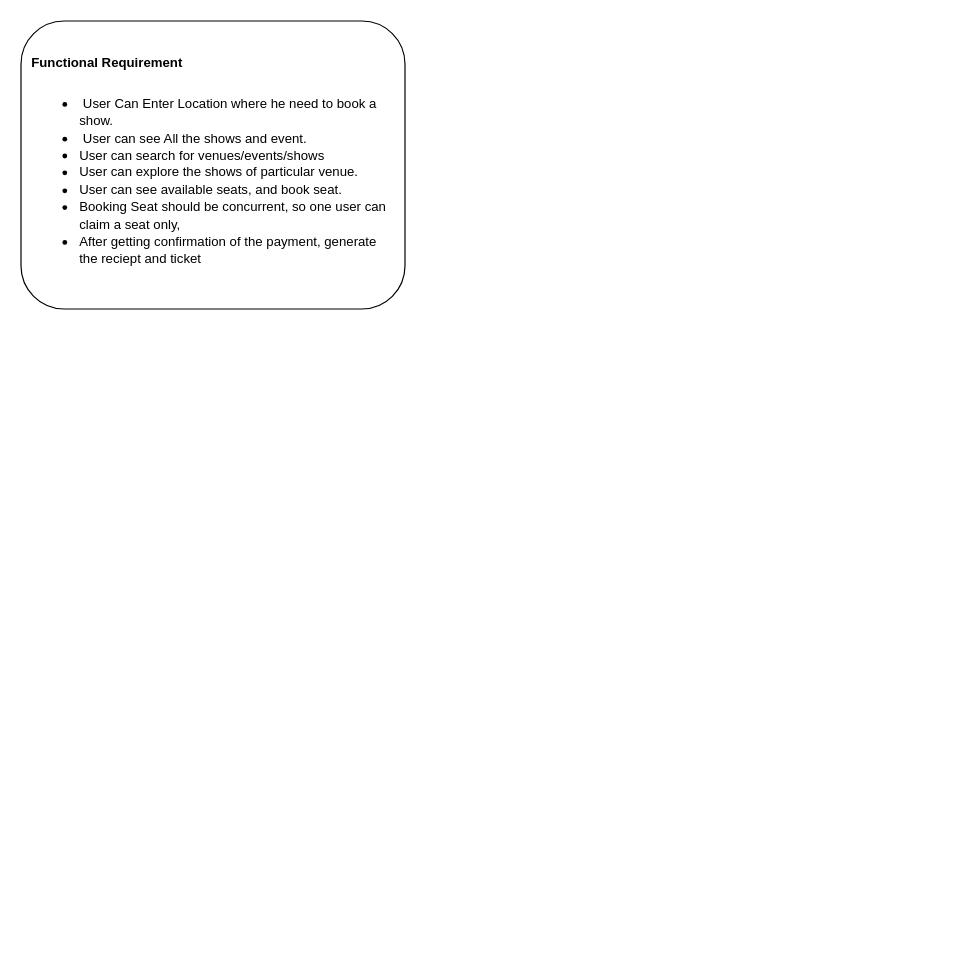
Earlier version of the draw.io diagram TicketMaster.drawio (ersujalsharma/TicketMaster_BookMyShow_District_DEMO). Source tidied: cells renumbered, new cells numbered last; positions are measured from the earlier drawing's top-left corner, leaving out a move shared by most shapes. Both pictures are drawn from the tidied source at 120%, with x=0, y=0 at pixel (20, 20).
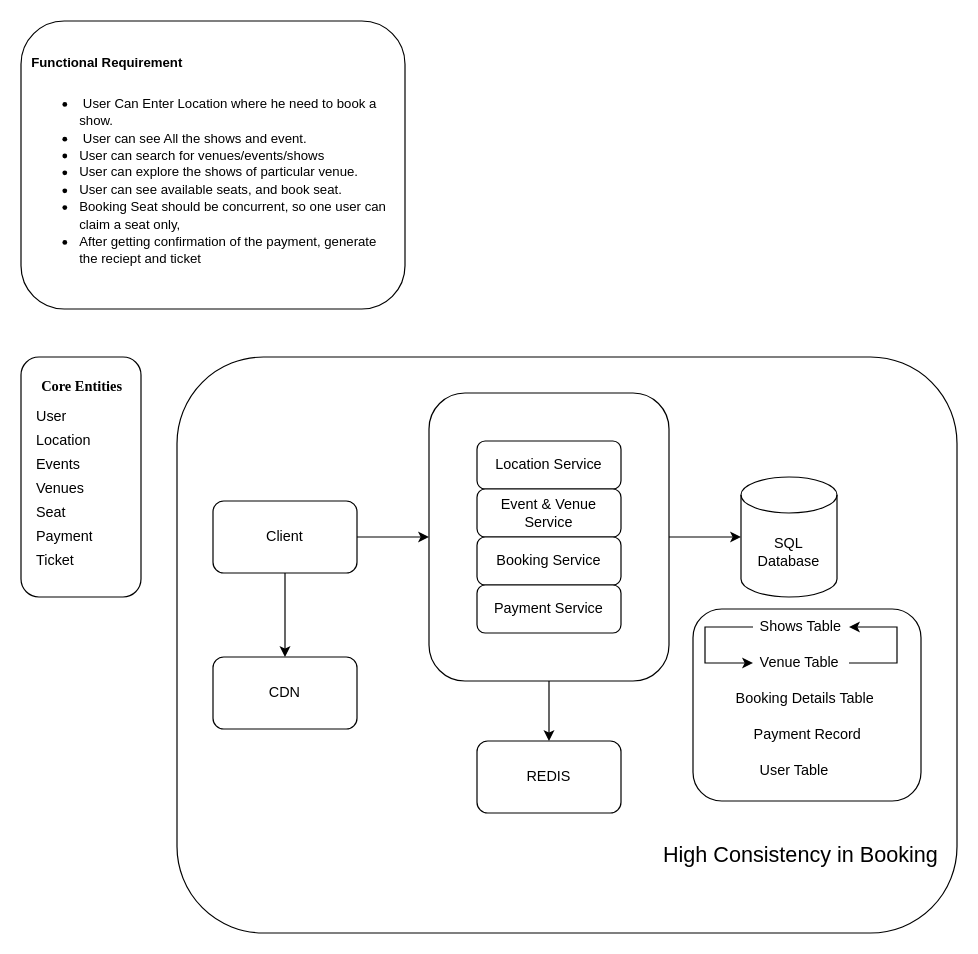
The same diagram, later.

The edit, as a diff of the source:
```diff
@@
+    <mxCell id="4" style="rounded=1;whiteSpace=wrap;html=1;" parent="1" vertex="1">
+      <mxGeometry x="130" y="280" width="650" height="480" as="geometry" />
+    </mxCell>
@@
+    <mxCell id="5" style="rounded=1;whiteSpace=wrap;html=1;" parent="1" vertex="1">
+      <mxGeometry y="280" width="100" height="200" as="geometry" />
+    </mxCell>
+    <mxCell id="6" value="&lt;b&gt;&lt;font face=&quot;Times New Roman&quot; style=&quot;color: light-dark(rgb(0, 0, 0), rgb(0, 204, 102));&quot;&gt;Core Entities&lt;/font&gt;&lt;/b&gt;" style="text;html=1;whiteSpace=wrap;strokeColor=none;fillColor=none;align=center;verticalAlign=middle;rounded=0;" parent="1" vertex="1">
+      <mxGeometry x="1" y="290" width="100" height="30" as="geometry" />
+    </mxCell>
+    <mxCell id="7" value="User" style="text;strokeColor=none;fillColor=none;align=left;verticalAlign=middle;spacingLeft=4;spacingRight=4;overflow=hidden;whiteSpace=wrap;html=1;" parent="1" vertex="1">
+      <mxGeometry x="7" y="320" width="80" height="20" as="geometry" />
+    </mxCell>
+    <mxCell id="8" value="Location" style="text;strokeColor=none;fillColor=none;align=left;verticalAlign=middle;spacingLeft=4;spacingRight=4;overflow=hidden;whiteSpace=wrap;html=1;" parent="1" vertex="1">
+      <mxGeometry x="7" y="340" width="80" height="20" as="geometry" />
+    </mxCell>
+    <mxCell id="9" value="Events" style="text;strokeColor=none;fillColor=none;align=left;verticalAlign=middle;spacingLeft=4;spacingRight=4;overflow=hidden;whiteSpace=wrap;html=1;" parent="1" vertex="1">
+      <mxGeometry x="7" y="360" width="80" height="20" as="geometry" />
+    </mxCell>
+    <mxCell id="10" value="Venues" style="text;strokeColor=none;fillColor=none;align=left;verticalAlign=middle;spacingLeft=4;spacingRight=4;overflow=hidden;whiteSpace=wrap;html=1;" parent="1" vertex="1">
+      <mxGeometry x="7" y="380" width="80" height="20" as="geometry" />
+    </mxCell>
+    <mxCell id="11" value="Seat" style="text;strokeColor=none;fillColor=none;align=left;verticalAlign=middle;spacingLeft=4;spacingRight=4;overflow=hidden;whiteSpace=wrap;html=1;" parent="1" vertex="1">
+      <mxGeometry x="7" y="400" width="80" height="20" as="geometry" />
+    </mxCell>
+    <mxCell id="12" value="Payment" style="text;strokeColor=none;fillColor=none;align=left;verticalAlign=middle;spacingLeft=4;spacingRight=4;overflow=hidden;whiteSpace=wrap;html=1;" parent="1" vertex="1">
+      <mxGeometry x="7" y="420" width="80" height="20" as="geometry" />
+    </mxCell>
+    <mxCell id="13" value="Ticket" style="text;strokeColor=none;fillColor=none;align=left;verticalAlign=middle;spacingLeft=4;spacingRight=4;overflow=hidden;whiteSpace=wrap;html=1;" parent="1" vertex="1">
+      <mxGeometry x="7" y="440" width="80" height="20" as="geometry" />
+    </mxCell>
+    <mxCell id="14" style="group;" parent="1" vertex="1">
+      <mxGeometry x="340" y="310" width="200" height="240" as="geometry" />
+    </mxCell>
+    <mxCell id="15" style="rounded=1;whiteSpace=wrap;html=1;" parent="14" vertex="1">
+      <mxGeometry width="200" height="240" as="geometry" />
+    </mxCell>
+    <mxCell id="16" value="Location Service" style="rounded=1;whiteSpace=wrap;html=1;arcSize=17;" parent="14" vertex="1">
+      <mxGeometry x="40" y="40" width="120" height="40" as="geometry" />
+    </mxCell>
+    <mxCell id="17" value="Event &amp;amp; Venue&lt;div&gt;Service&lt;/div&gt;" style="rounded=1;whiteSpace=wrap;html=1;arcSize=17;" parent="14" vertex="1">
+      <mxGeometry x="40" y="80" width="120" height="40" as="geometry" />
+    </mxCell>
+    <mxCell id="18" value="Booking Service" style="rounded=1;whiteSpace=wrap;html=1;arcSize=17;" parent="14" vertex="1">
+      <mxGeometry x="40" y="120" width="120" height="40" as="geometry" />
+    </mxCell>
+    <mxCell id="19" value="Payment Service" style="rounded=1;whiteSpace=wrap;html=1;arcSize=17;" parent="14" vertex="1">
+      <mxGeometry x="40" y="160" width="120" height="40" as="geometry" />
+    </mxCell>
+    <mxCell id="20" style="edgeStyle=orthogonalEdgeStyle;rounded=0;jettySize=auto;html=1;entryX=0;entryY=0.5;entryDx=0;entryDy=0;" parent="1" edge="1" source="22" target="15">
+      <mxGeometry relative="1" as="geometry" />
+    </mxCell>
+    <mxCell id="21" style="edgeStyle=orthogonalEdgeStyle;rounded=0;jettySize=auto;html=1;exitX=0.5;exitY=1;exitDx=0;exitDy=0;entryX=0.5;entryY=0;entryDx=0;entryDy=0;" parent="1" edge="1" source="22" target="37">
+      <mxGeometry relative="1" as="geometry" />
+    </mxCell>
+    <mxCell id="22" value="Client" style="rounded=1;whiteSpace=wrap;html=1;" parent="1" vertex="1">
+      <mxGeometry x="160" y="400" width="120" height="60" as="geometry" />
+    </mxCell>
+    <mxCell id="23" value="&lt;div&gt;SQL&lt;/div&gt;Database" style="shape=cylinder3;whiteSpace=wrap;html=1;boundedLbl=1;backgroundOutline=1;size=15;" parent="1" vertex="1">
+      <mxGeometry x="600" y="380" width="80" height="100" as="geometry" />
+    </mxCell>
+    <mxCell id="24" style="edgeStyle=orthogonalEdgeStyle;rounded=0;jettySize=auto;html=1;entryX=0;entryY=0.5;entryDx=0;entryDy=0;entryPerimeter=0;" parent="1" edge="1" source="15" target="23">
+      <mxGeometry relative="1" as="geometry" />
+    </mxCell>
+    <mxCell id="25" style="group;" parent="1" vertex="1">
+      <mxGeometry x="560" y="490" width="190" height="160" as="geometry" />
+    </mxCell>
+    <mxCell id="26" style="rounded=1;whiteSpace=wrap;html=1;" parent="25" vertex="1">
+      <mxGeometry width="190" height="160" as="geometry" />
+    </mxCell>
+    <mxCell id="27" style="edgeStyle=orthogonalEdgeStyle;rounded=0;jettySize=auto;html=1;exitX=0;exitY=0.5;exitDx=0;exitDy=0;entryX=0;entryY=0.5;entryDx=0;entryDy=0;" parent="25" edge="1" source="28" target="30">
+      <mxGeometry relative="1" as="geometry">
+        <Array as="points">
+          <mxPoint x="10" y="14.7" />
+          <mxPoint x="10" y="44.7" />
+        </Array>
+      </mxGeometry>
+    </mxCell>
+    <mxCell id="28" value="Shows Table" style="text;strokeColor=none;fillColor=none;align=left;verticalAlign=middle;spacingLeft=4;spacingRight=4;overflow=hidden;points=[[0,0.5],[1,0.5]];portConstraint=eastwest;whiteSpace=wrap;html=1;" parent="25" vertex="1">
+      <mxGeometry x="50" width="80" height="30" as="geometry" />
+    </mxCell>
+    <mxCell id="29" style="edgeStyle=orthogonalEdgeStyle;rounded=0;jettySize=auto;html=1;exitX=1;exitY=0.5;exitDx=0;exitDy=0;entryX=1;entryY=0.5;entryDx=0;entryDy=0;" parent="25" edge="1" source="30" target="28">
+      <mxGeometry relative="1" as="geometry">
+        <Array as="points">
+          <mxPoint x="170" y="44.7" />
+          <mxPoint x="170" y="14.7" />
+        </Array>
+      </mxGeometry>
+    </mxCell>
+    <mxCell id="30" value="Venue Table" style="text;strokeColor=none;fillColor=none;align=left;verticalAlign=middle;spacingLeft=4;spacingRight=4;overflow=hidden;points=[[0,0.5],[1,0.5]];portConstraint=eastwest;whiteSpace=wrap;html=1;" parent="25" vertex="1">
+      <mxGeometry x="50" y="30" width="80" height="30" as="geometry" />
+    </mxCell>
+    <mxCell id="31" value="Booking Details Table" style="text;strokeColor=none;fillColor=none;align=left;verticalAlign=middle;spacingLeft=4;spacingRight=4;overflow=hidden;whiteSpace=wrap;html=1;" parent="25" vertex="1">
+      <mxGeometry x="30" y="60" width="130" height="30" as="geometry" />
+    </mxCell>
+    <mxCell id="32" value="Payment Record" style="text;strokeColor=none;fillColor=none;align=left;verticalAlign=middle;spacingLeft=4;spacingRight=4;overflow=hidden;whiteSpace=wrap;html=1;" parent="25" vertex="1">
+      <mxGeometry x="45" y="90" width="100" height="30" as="geometry" />
+    </mxCell>
+    <mxCell id="33" value="User Table" style="text;strokeColor=none;fillColor=none;align=left;verticalAlign=middle;spacingLeft=4;spacingRight=4;overflow=hidden;whiteSpace=wrap;html=1;" parent="25" vertex="1">
+      <mxGeometry x="50" y="120" width="80" height="30" as="geometry" />
+    </mxCell>
+    <mxCell id="34" value="&lt;font style=&quot;font-size: 18px;&quot;&gt;High Consistency in Booking&lt;/font&gt;" style="text;html=1;whiteSpace=wrap;strokeColor=none;fillColor=none;align=center;verticalAlign=middle;rounded=0;" parent="1" vertex="1">
+      <mxGeometry x="520" y="680" width="260" height="30" as="geometry" />
+    </mxCell>
+    <mxCell id="35" value="REDIS" style="rounded=1;whiteSpace=wrap;html=1;" parent="1" vertex="1">
+      <mxGeometry x="380" y="600" width="120" height="60" as="geometry" />
+    </mxCell>
+    <mxCell id="36" style="edgeStyle=orthogonalEdgeStyle;rounded=0;jettySize=auto;html=1;exitX=0.5;exitY=1;exitDx=0;exitDy=0;entryX=0.5;entryY=0;entryDx=0;entryDy=0;" parent="1" edge="1" source="15" target="35">
+      <mxGeometry relative="1" as="geometry" />
+    </mxCell>
+    <mxCell id="37" value="CDN" style="rounded=1;whiteSpace=wrap;html=1;" parent="1" vertex="1">
+      <mxGeometry x="160" y="530" width="120" height="60" as="geometry" />
+    </mxCell>
```
